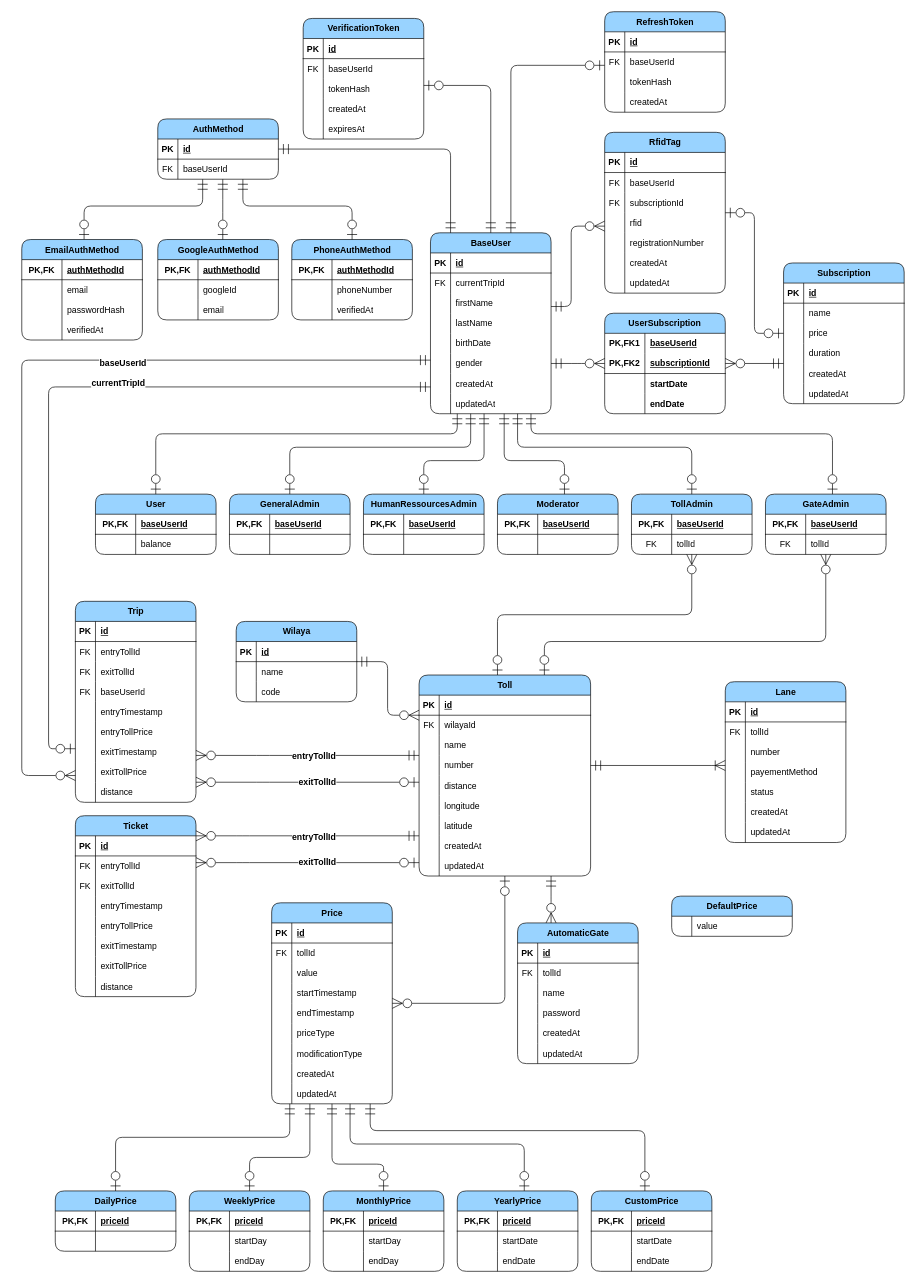
devlotfi/peage-pay keeps this draw.io diagram as diagrams/entity-relation.drawio. Above is the earlier version. Source tidied: cells renumbered, new cells numbered last; positions are measured from the earlier drawing's top-left corner, leaving out a move shared by most shapes. Both pictures are drawn from the tidied source at 67%, with x=0, y=0 at pixel (21, 11).
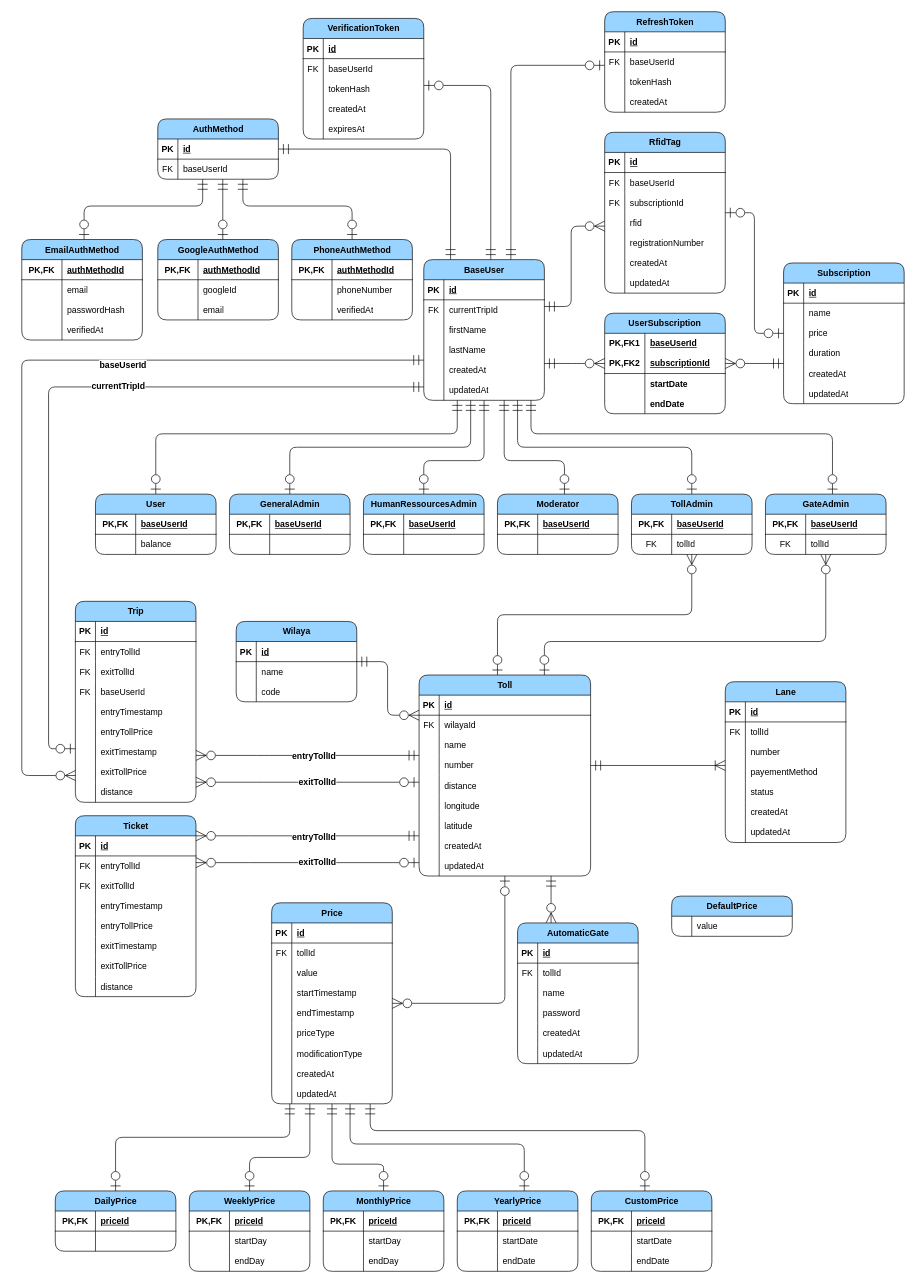
Above is the later version.

Change to the diagram source:
```diff
@@
     <mxCell id="2" value="BaseUser" style="shape=table;startSize=30;childLayout=tableLayout;rowLines=0;fontStyle=1;align=center;html=1;rounded=1;fillColor=#99D3FF;fontSize=13;" parent="1" vertex="1">
-      <mxGeometry x="610" y="330" width="180" height="270" as="geometry" />
+      <mxGeometry x="600" y="370" width="180" height="210" as="geometry" />
     </mxCell>
@@
-    <mxCell id="15" style="shape=tableRow;horizontal=0;startSize=0;swimlaneHead=0;swimlaneBody=0;fillColor=none;top=0;left=0;right=0;bottom=0;fontSize=13;" parent="2" vertex="1">
-      <mxGeometry y="150" width="180" height="30" as="geometry" />
-    </mxCell>
-    <mxCell id="16" style="shape=partialRectangle;fillColor=none;top=0;left=0;bottom=0;right=0;overflow=hidden;whiteSpace=wrap;html=1;fontSize=13;" parent="15" vertex="1">
-      <mxGeometry width="30" height="30" as="geometry" />
-    </mxCell>
-    <mxCell id="17" value="birthDate" style="shape=partialRectangle;fillColor=none;top=0;left=0;bottom=0;right=0;align=left;spacingLeft=6;overflow=hidden;whiteSpace=wrap;html=1;fontSize=13;" parent="15" vertex="1">
-      <mxGeometry x="30" width="150" height="30" as="geometry" />
-    </mxCell>
-    <mxCell id="18" style="shape=tableRow;horizontal=0;startSize=0;swimlaneHead=0;swimlaneBody=0;fillColor=none;top=0;left=0;right=0;bottom=0;fontSize=13;" parent="2" vertex="1">
-      <mxGeometry y="180" width="180" height="30" as="geometry" />
-    </mxCell>
-    <mxCell id="19" style="shape=partialRectangle;fillColor=none;top=0;left=0;bottom=0;right=0;overflow=hidden;whiteSpace=wrap;html=1;fontSize=13;" parent="18" vertex="1">
-      <mxGeometry width="30" height="30" as="geometry" />
-    </mxCell>
-    <mxCell id="20" value="gender" style="shape=partialRectangle;fillColor=none;top=0;left=0;bottom=0;right=0;align=left;spacingLeft=6;overflow=hidden;whiteSpace=wrap;html=1;fontSize=13;" parent="18" vertex="1">
-      <mxGeometry x="30" width="150" height="30" as="geometry" />
-    </mxCell>
     <mxCell id="21" style="shape=tableRow;horizontal=0;startSize=0;swimlaneHead=0;swimlaneBody=0;fillColor=none;top=0;left=0;right=0;bottom=0;fontSize=13;" parent="2" vertex="1">
-      <mxGeometry y="210" width="180" height="30" as="geometry" />
+      <mxGeometry y="150" width="180" height="30" as="geometry" />
     </mxCell>
@@
     <mxCell id="24" style="shape=tableRow;horizontal=0;startSize=0;swimlaneHead=0;swimlaneBody=0;fillColor=none;top=0;left=0;right=0;bottom=0;fontSize=13;" parent="2" vertex="1">
-      <mxGeometry y="240" width="180" height="30" as="geometry" />
+      <mxGeometry y="180" width="180" height="30" as="geometry" />
     </mxCell>
```
